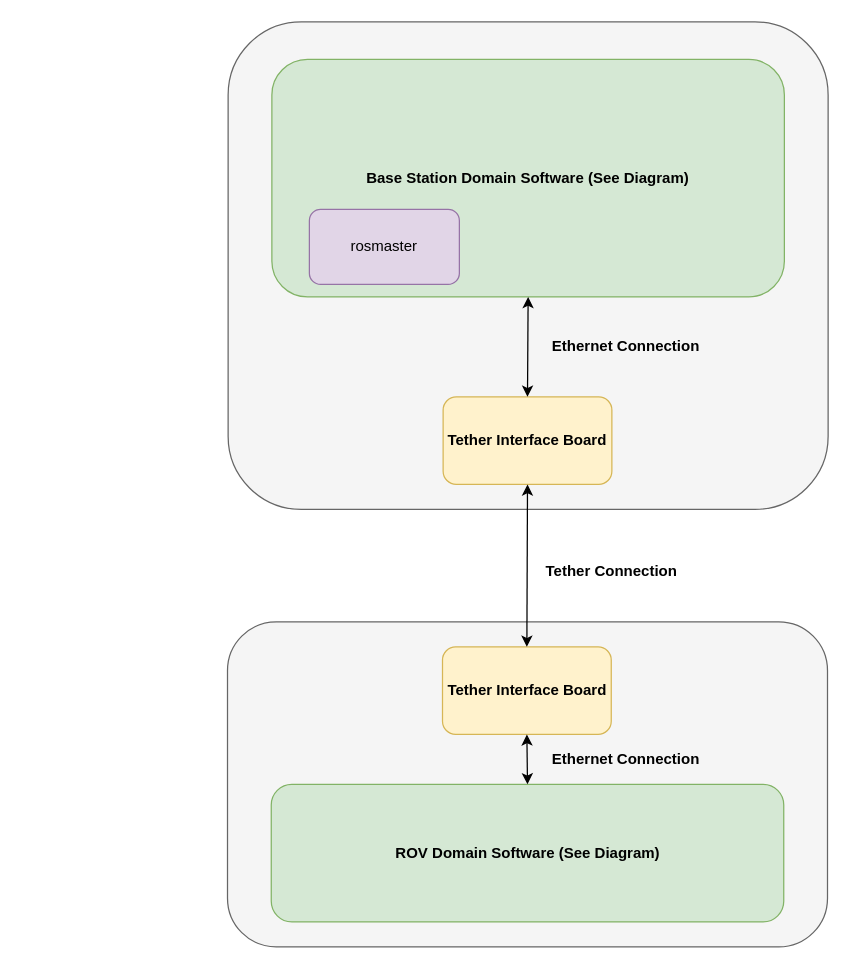
The draw.io diagram docs/architecture/OneROSMasterSchema.drawio in sherrardTr4129/RIT-MSD-Finger-Lakes-ROV, before the edit. Source tidied: cells renumbered, new cells numbered last; positions are measured from the earlier drawing's top-left corner, leaving out a move shared by most shapes. Both pictures are drawn from the tidied source at 125%, with x=0, y=0 at pixel (226, 21).
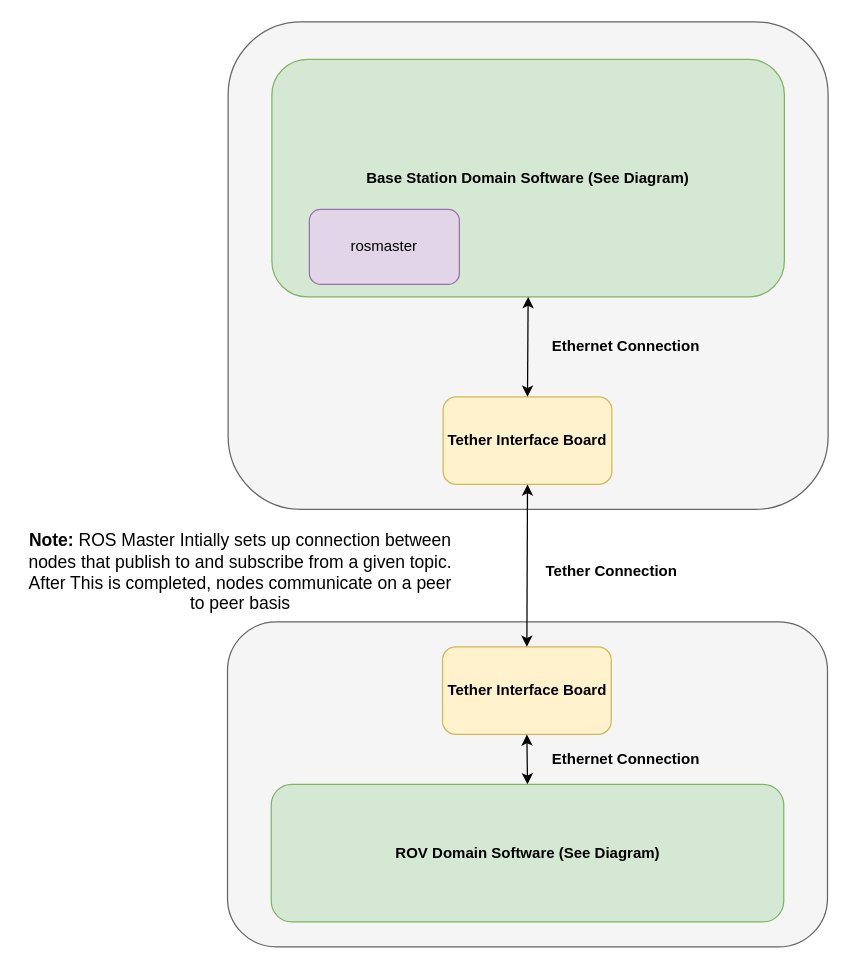
After the change.

The edit, as a diff of the source:
```diff
@@
 <mxGraphModel>
   <root>
     <mxCell id="0" />
     <mxCell id="1" parent="0" />
     <mxCell id="2" style="rounded=1;whiteSpace=wrap;html=1;fillColor=#f5f5f5;strokeColor=#666666;fontColor=#333333;" parent="1" vertex="1">
       <mxGeometry x="1" width="480" height="390" as="geometry" />
     </mxCell>
     <mxCell id="3" style="rounded=1;whiteSpace=wrap;html=1;fillColor=#f5f5f5;strokeColor=#666666;fontColor=#333333;" parent="1" vertex="1">
       <mxGeometry x="0.5" y="480" width="480" height="260" as="geometry" />
     </mxCell>
     <mxCell id="4" value="Tether Interface Board" style="rounded=1;whiteSpace=wrap;html=1;fillColor=#fff2cc;strokeColor=#d6b656;fontStyle=1;" parent="1" vertex="1">
       <mxGeometry x="172.5" y="500" width="135" height="70" as="geometry" />
     </mxCell>
     <mxCell id="5" value="Tether Interface Board" style="rounded=1;whiteSpace=wrap;html=1;fillColor=#fff2cc;strokeColor=#d6b656;fontStyle=1;" parent="1" vertex="1">
       <mxGeometry x="173" y="300" width="135" height="70" as="geometry" />
     </mxCell>
     <mxCell id="6" style="endArrow=classic;startArrow=classic;html=1;entryX=0.5;entryY=1;entryDx=0;entryDy=0;exitX=0.5;exitY=0;exitDx=0;exitDy=0;" parent="1" edge="1" source="4" target="5">
       <mxGeometry relative="1" as="geometry" />
     </mxCell>
     <mxCell id="7" value="&lt;b&gt;Tether Connection&lt;/b&gt;" style="text;html=1;strokeColor=none;fillColor=none;align=center;verticalAlign=middle;whiteSpace=wrap;rounded=0;" parent="1" vertex="1">
       <mxGeometry x="252.5" y="430" width="110" height="20" as="geometry" />
     </mxCell>
     <mxCell id="8" value="&lt;b&gt;ROV Domain Software (See Diagram)&lt;/b&gt;" style="rounded=1;whiteSpace=wrap;html=1;fillColor=#d5e8d4;strokeColor=#82b366;" parent="1" vertex="1">
       <mxGeometry x="35.5" y="610" width="410" height="110" as="geometry" />
     </mxCell>
     <mxCell id="9" value="&lt;b&gt;Base Station Domain Software (See Diagram)&lt;/b&gt;" style="rounded=1;whiteSpace=wrap;html=1;fillColor=#d5e8d4;strokeColor=#82b366;" parent="1" vertex="1">
       <mxGeometry x="36" y="30" width="410" height="190" as="geometry" />
     </mxCell>
     <mxCell id="10" style="endArrow=classic;startArrow=classic;html=1;entryX=0.5;entryY=0;entryDx=0;entryDy=0;exitX=0.5;exitY=1;exitDx=0;exitDy=0;" parent="1" edge="1" source="9" target="5">
       <mxGeometry relative="1" as="geometry" />
     </mxCell>
     <mxCell id="11" style="endArrow=classic;startArrow=classic;html=1;entryX=0.5;entryY=1;entryDx=0;entryDy=0;exitX=0.5;exitY=0;exitDx=0;exitDy=0;" parent="1" edge="1" source="8" target="4">
       <mxGeometry relative="1" as="geometry" />
     </mxCell>
     <mxCell id="12" value="&lt;b&gt;Ethernet Connection&lt;/b&gt;" style="text;html=1;strokeColor=none;fillColor=none;align=center;verticalAlign=middle;whiteSpace=wrap;rounded=0;" parent="1" vertex="1">
       <mxGeometry x="252.5" y="580" width="133" height="20" as="geometry" />
     </mxCell>
     <mxCell id="13" value="&lt;b&gt;Ethernet Connection&lt;/b&gt;" style="text;html=1;strokeColor=none;fillColor=none;align=center;verticalAlign=middle;whiteSpace=wrap;rounded=0;" parent="1" vertex="1">
       <mxGeometry x="252.5" y="250" width="133" height="20" as="geometry" />
     </mxCell>
     <mxCell id="14" value="rosmaster" style="rounded=1;whiteSpace=wrap;html=1;fillColor=#e1d5e7;strokeColor=#9673a6;" parent="1" vertex="1">
       <mxGeometry x="66" y="150" width="120" height="60" as="geometry" />
     </mxCell>
+    <mxCell id="15" value="&lt;b style=&quot;font-size: 14px;&quot;&gt;Note: &lt;/b&gt;ROS Master Intially sets up connection between nodes that publish to and subscribe from a given topic. After This is completed, nodes communicate on a peer to peer basis" style="text;html=1;strokeColor=none;fillColor=none;align=center;verticalAlign=middle;whiteSpace=wrap;rounded=0;fontSize=14;" parent="1" vertex="1">
+      <mxGeometry x="-164" y="430" width="350" height="20" as="geometry" />
+    </mxCell>
   </root>
 </mxGraphModel>
```
